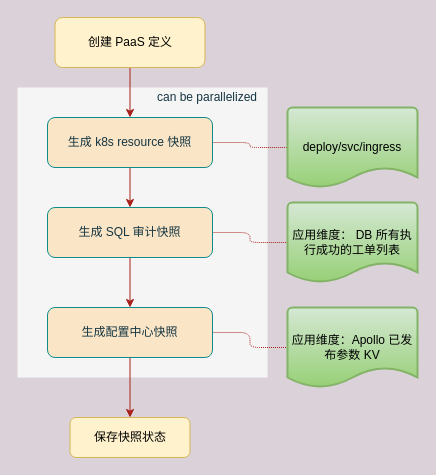
The draw.io diagram create_paas_definition_flow.drawio in Owenxh/docs, before the edit. Source tidied: cells renumbered, new cells numbered last; positions are measured from the earlier drawing's top-left corner, leaving out a move shared by most shapes. Both pictures are drawn from the tidied source at 100%, with x=0, y=0 at pixel (17, 17).
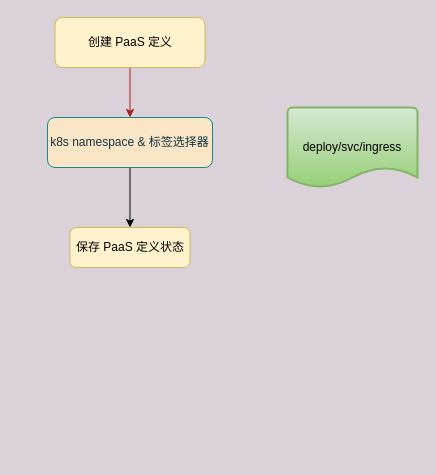
Above is the later version.

What changed in the source:
```diff
@@
 <mxGraphModel background="#DAD2D8">
   <root>
     <mxCell id="0" />
     <mxCell id="1" parent="0" />
-    <mxCell id="2" style="rounded=0;whiteSpace=wrap;html=1;sketch=0;fontColor=#333333;strokeColor=none;fillColor=#f5f5f5;align=left;" parent="1" vertex="1">
-      <mxGeometry y="70" width="250" height="290" as="geometry" />
-    </mxCell>
-    <mxCell id="3" value="保存快照状态" style="rounded=1;whiteSpace=wrap;html=1;fontSize=12;glass=0;strokeWidth=1;shadow=0;fillColor=#fff2cc;strokeColor=#d6b656;" parent="1" vertex="1">
-      <mxGeometry x="52.5" y="400" width="120" height="40" as="geometry" />
+    <mxCell id="3" value="保存 PaaS 定义状态" style="rounded=1;whiteSpace=wrap;html=1;fontSize=12;glass=0;strokeWidth=1;shadow=0;fillColor=#fff2cc;strokeColor=#d6b656;" parent="1" vertex="1">
+      <mxGeometry x="52.5" y="210" width="120" height="40" as="geometry" />
     </mxCell>
-    <mxCell id="4" style="edgeStyle=orthogonalEdgeStyle;curved=0;rounded=1;sketch=0;jettySize=auto;html=1;fontColor=#143642;strokeColor=#A8201A;fillColor=#FAE5C7;" parent="1" edge="1" source="6" target="9">
-      <mxGeometry relative="1" as="geometry" />
-    </mxCell>
-    <mxCell id="5" style="edgeStyle=orthogonalEdgeStyle;curved=0;rounded=1;sketch=0;jettySize=auto;html=1;fontColor=#143642;strokeColor=#A8201A;fillColor=#FAE5C7;dashed=1;dashPattern=1 1;endArrow=none;endFill=0;" parent="1" edge="1" source="6" target="15">
-      <mxGeometry relative="1" as="geometry" />
-    </mxCell>
+    <mxCell id="19" style="edgeStyle=orthogonalEdgeStyle;rounded=0;jettySize=auto;html=1;" parent="1" edge="1" source="6" target="3">
+      <mxGeometry relative="1" as="geometry" />
+    </mxCell>
-    <mxCell id="6" value="生成 k8s resource 快照" style="rounded=1;whiteSpace=wrap;html=1;fontSize=12;glass=0;strokeWidth=1;shadow=0;fillColor=#FAE5C7;strokeColor=#0F8B8D;fontColor=#143642;" parent="1" vertex="1">
+    <mxCell id="6" value="k8s namespace &amp;amp; 标签选择器" style="rounded=1;whiteSpace=wrap;html=1;fontSize=12;glass=0;strokeWidth=1;shadow=0;fillColor=#FAE5C7;strokeColor=#0F8B8D;fontColor=#143642;" parent="1" vertex="1">
       <mxGeometry x="30" y="100" width="165" height="50" as="geometry" />
     </mxCell>
-    <mxCell id="7" style="edgeStyle=orthogonalEdgeStyle;curved=0;rounded=1;sketch=0;jettySize=auto;html=1;fontColor=#143642;strokeColor=#A8201A;fillColor=#FAE5C7;" parent="1" edge="1" source="9" target="12">
-      <mxGeometry relative="1" as="geometry" />
-    </mxCell>
-    <mxCell id="8" style="edgeStyle=orthogonalEdgeStyle;curved=0;rounded=1;sketch=0;jettySize=auto;html=1;fontColor=#143642;strokeColor=#A8201A;fillColor=#FAE5C7;dashed=1;dashPattern=1 1;endArrow=none;endFill=0;" parent="1" edge="1" source="9" target="16">
-      <mxGeometry relative="1" as="geometry" />
-    </mxCell>
-    <mxCell id="9" value="生成 SQL 审计快照" style="rounded=1;whiteSpace=wrap;html=1;fontSize=12;glass=0;strokeWidth=1;shadow=0;fillColor=#FAE5C7;strokeColor=#0F8B8D;fontColor=#143642;" parent="1" vertex="1">
-      <mxGeometry x="30" y="190" width="165" height="50" as="geometry" />
-    </mxCell>
-    <mxCell id="10" style="edgeStyle=orthogonalEdgeStyle;curved=0;rounded=1;sketch=0;jettySize=auto;html=1;fontColor=#143642;strokeColor=#A8201A;fillColor=#FAE5C7;" parent="1" edge="1" source="12" target="3">
-      <mxGeometry relative="1" as="geometry" />
-    </mxCell>
-    <mxCell id="11" style="edgeStyle=orthogonalEdgeStyle;curved=0;rounded=1;sketch=0;jettySize=auto;html=1;dashed=1;dashPattern=1 1;fontColor=#143642;endArrow=none;endFill=0;strokeColor=#A8201A;fillColor=#FAE5C7;" parent="1" edge="1" source="12" target="17">
-      <mxGeometry relative="1" as="geometry" />
-    </mxCell>
-    <mxCell id="12" value="生成配置中心快照" style="rounded=1;whiteSpace=wrap;html=1;fontSize=12;glass=0;strokeWidth=1;shadow=0;fillColor=#FAE5C7;strokeColor=#0F8B8D;fontColor=#143642;" parent="1" vertex="1">
-      <mxGeometry x="30" y="290" width="165" height="50" as="geometry" />
-    </mxCell>
     <mxCell id="13" style="edgeStyle=orthogonalEdgeStyle;curved=0;rounded=1;sketch=0;jettySize=auto;html=1;fontColor=#143642;strokeColor=#A8201A;fillColor=#FAE5C7;" parent="1" edge="1" source="14" target="6">
       <mxGeometry relative="1" as="geometry" />
     </mxCell>
     <mxCell id="14" value="创建 PaaS 定义" style="rounded=1;whiteSpace=wrap;html=1;fontSize=12;glass=0;strokeWidth=1;shadow=0;fillColor=#fff2cc;strokeColor=#d6b656;" parent="1" vertex="1">
       <mxGeometry x="37.5" width="150" height="50" as="geometry" />
     </mxCell>
     <mxCell id="15" value="deploy/svc/ingress" style="strokeWidth=2;html=1;shape=mxgraph.flowchart.document2;whiteSpace=wrap;size=0.25;rounded=0;sketch=0;fillColor=#d5e8d4;gradientColor=#97d077;strokeColor=#82b366;" parent="1" vertex="1">
       <mxGeometry x="270" y="90" width="130" height="80" as="geometry" />
     </mxCell>
-    <mxCell id="16" value="应用维度： DB 所有执行成功的工单列表" style="strokeWidth=2;html=1;shape=mxgraph.flowchart.document2;whiteSpace=wrap;size=0.25;rounded=0;sketch=0;fillColor=#d5e8d4;gradientColor=#97d077;strokeColor=#82b366;" parent="1" vertex="1">
-      <mxGeometry x="270" y="185" width="130" height="80" as="geometry" />
-    </mxCell>
-    <mxCell id="17" value="应用维度：Apollo 已发布参数 KV" style="strokeWidth=2;html=1;shape=mxgraph.flowchart.document2;whiteSpace=wrap;size=0.25;rounded=0;sketch=0;fillColor=#d5e8d4;gradientColor=#97d077;strokeColor=#82b366;" parent="1" vertex="1">
-      <mxGeometry x="270" y="290" width="130" height="80" as="geometry" />
-    </mxCell>
-    <mxCell id="18" value="can be parallelized" style="rounded=0;whiteSpace=wrap;html=1;sketch=0;fontColor=#143642;strokeColor=none;fillColor=none;gradientColor=none;" parent="1" vertex="1">
-      <mxGeometry x="130" y="50" width="120" height="60" as="geometry" />
-    </mxCell>
   </root>
 </mxGraphModel>
```
